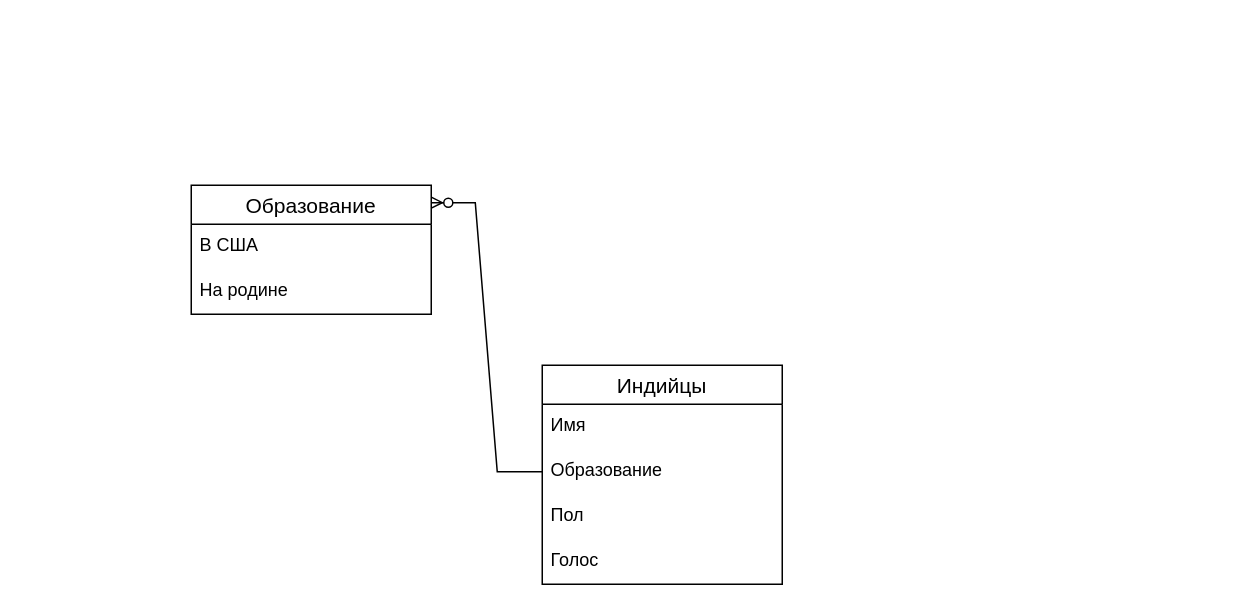
Earlier version of the draw.io diagram БД.drawio (ser535/DB-1). Source tidied: cells renumbered, new cells numbered last; positions are measured from the earlier drawing's top-left corner, leaving out a move shared by most shapes. Both pictures are drawn from the tidied source at 150%, with x=0, y=0 at pixel (190, 184).
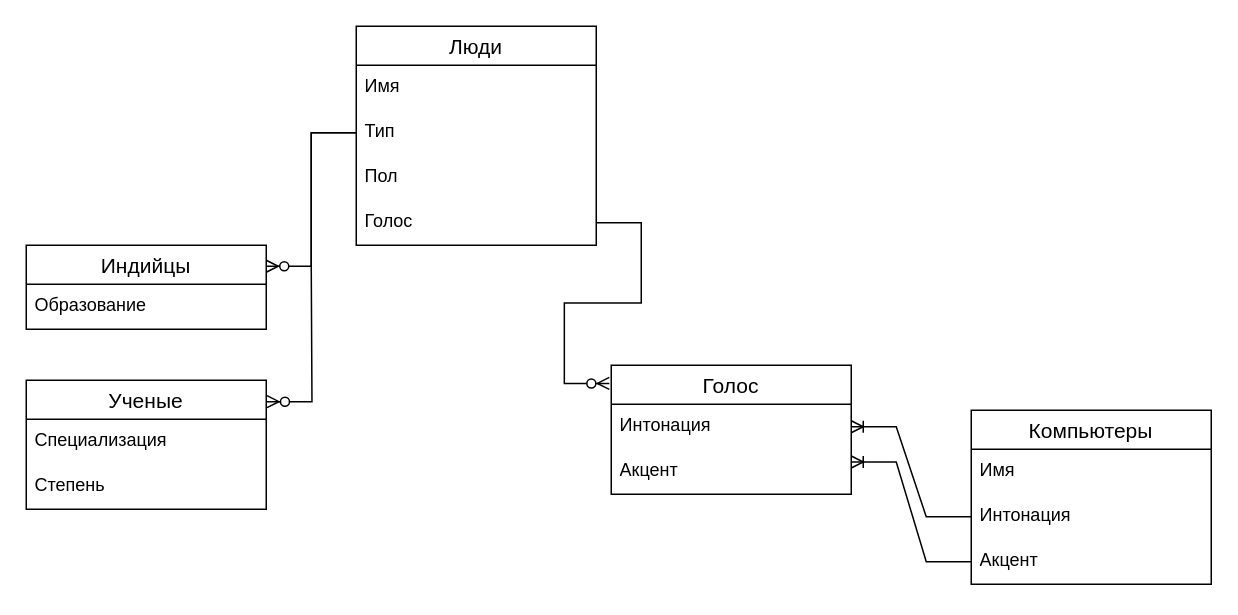
The same page after the edit.

The edit, as a diff of the source:
```diff
@@
-    <mxCell id="2" style="edgeStyle=entityRelationEdgeStyle;fontSize=12;html=1;endArrow=ERzeroToMany;endFill=1;rounded=0;entryX=0.996;entryY=0.135;entryDx=0;entryDy=0;entryPerimeter=0;exitX=0;exitY=0.5;exitDx=0;exitDy=0;" parent="1" edge="1" source="9" target="3">
-      <mxGeometry relative="1" as="geometry" />
-    </mxCell>
-    <mxCell id="3" value="Образование" style="swimlane;fontStyle=0;horizontal=1;startSize=26;align=center;fontSize=14;" parent="1" vertex="1">
-      <mxGeometry width="160" height="86" as="geometry" />
-    </mxCell>
-    <mxCell id="4" value="В США" style="text;strokeColor=none;fillColor=none;spacingLeft=4;spacingRight=4;overflow=hidden;fontSize=12;whiteSpace=wrap;html=1;" parent="3" vertex="1">
-      <mxGeometry y="26" width="160" height="30" as="geometry" />
-    </mxCell>
-    <mxCell id="5" value="На родине" style="text;strokeColor=none;fillColor=none;spacingLeft=4;spacingRight=4;overflow=hidden;fontSize=12;whiteSpace=wrap;html=1;" parent="3" vertex="1">
-      <mxGeometry y="56" width="160" height="30" as="geometry" />
-    </mxCell>
-    <mxCell id="6" style="group;" parent="1" vertex="1">
-      <mxGeometry x="234" y="120" width="176" height="146" as="geometry" />
-    </mxCell>
-    <mxCell id="7" value="Индийцы" style="swimlane;fontStyle=0;horizontal=1;startSize=26;align=center;fontSize=14;" parent="6" vertex="1">
-      <mxGeometry width="160" height="146" as="geometry" />
-    </mxCell>
-    <mxCell id="8" value="Имя" style="text;strokeColor=none;fillColor=none;spacingLeft=4;spacingRight=4;overflow=hidden;fontSize=12;whiteSpace=wrap;html=1;" parent="7" vertex="1">
-      <mxGeometry y="26" width="160" height="30" as="geometry" />
-    </mxCell>
-    <mxCell id="9" value="Образование" style="text;strokeColor=none;fillColor=none;spacingLeft=4;spacingRight=4;overflow=hidden;points=[[0,0.5],[1,0.5]];portConstraint=eastwest;fontSize=12;whiteSpace=wrap;html=1;" parent="7" vertex="1">
-      <mxGeometry y="56" width="160" height="30" as="geometry" />
-    </mxCell>
+    <mxCell id="12" value="Люди" style="swimlane;fontStyle=0;horizontal=1;startSize=26;align=center;fontSize=14;" parent="1" vertex="1">
+      <mxGeometry x="110" y="-106" width="160" height="146" as="geometry" />
+    </mxCell>
+    <mxCell id="13" value="Имя" style="text;strokeColor=none;fillColor=none;spacingLeft=4;spacingRight=4;overflow=hidden;fontSize=12;whiteSpace=wrap;html=1;" parent="12" vertex="1">
+      <mxGeometry y="26" width="160" height="30" as="geometry" />
+    </mxCell>
+    <mxCell id="14" value="Тип" style="text;strokeColor=none;fillColor=none;spacingLeft=4;spacingRight=4;overflow=hidden;points=[[0,0.5],[1,0.5]];portConstraint=eastwest;fontSize=12;whiteSpace=wrap;html=1;" parent="12" vertex="1">
+      <mxGeometry y="56" width="160" height="30" as="geometry" />
+    </mxCell>
-    <mxCell id="10" value="Пол" style="text;strokeColor=none;fillColor=none;spacingLeft=4;spacingRight=4;overflow=hidden;fontSize=12;whiteSpace=wrap;html=1;" parent="7" vertex="1">
+    <mxCell id="10" value="Пол" style="text;strokeColor=none;fillColor=none;spacingLeft=4;spacingRight=4;overflow=hidden;fontSize=12;whiteSpace=wrap;html=1;" parent="12" vertex="1">
       <mxGeometry y="86" width="160" height="30" as="geometry" />
     </mxCell>
-    <mxCell id="11" value="Голос" style="text;strokeColor=none;fillColor=none;spacingLeft=4;spacingRight=4;overflow=hidden;points=[[0,0.5],[1,0.5]];portConstraint=eastwest;fontSize=12;whiteSpace=wrap;html=1;" parent="7" vertex="1">
+    <mxCell id="11" value="Голос" style="text;strokeColor=none;fillColor=none;spacingLeft=4;spacingRight=4;overflow=hidden;points=[[0,0.5],[1,0.5]];portConstraint=eastwest;fontSize=12;whiteSpace=wrap;html=1;" parent="12" vertex="1">
       <mxGeometry y="116" width="160" height="30" as="geometry" />
     </mxCell>
+    <mxCell id="15" value="Компьютеры" style="swimlane;fontStyle=0;horizontal=1;startSize=26;align=center;fontSize=14;" parent="1" vertex="1">
+      <mxGeometry x="520" y="150" width="160" height="116" as="geometry" />
+    </mxCell>
+    <mxCell id="16" value="Имя" style="text;strokeColor=none;fillColor=none;spacingLeft=4;spacingRight=4;overflow=hidden;fontSize=12;whiteSpace=wrap;html=1;" parent="15" vertex="1">
+      <mxGeometry y="26" width="160" height="30" as="geometry" />
+    </mxCell>
+    <mxCell id="17" value="Интонация" style="text;strokeColor=none;fillColor=none;spacingLeft=4;spacingRight=4;overflow=hidden;points=[[0,0.5],[1,0.5]];portConstraint=eastwest;fontSize=12;whiteSpace=wrap;html=1;" parent="15" vertex="1">
+      <mxGeometry y="56" width="160" height="30" as="geometry" />
+    </mxCell>
+    <mxCell id="18" value="Акцент" style="text;strokeColor=none;fillColor=none;spacingLeft=4;spacingRight=4;overflow=hidden;points=[[0,0.5],[1,0.5]];portConstraint=eastwest;fontSize=12;whiteSpace=wrap;html=1;" parent="15" vertex="1">
+      <mxGeometry y="86" width="160" height="30" as="geometry" />
+    </mxCell>
+    <mxCell id="19" value="Голос" style="swimlane;fontStyle=0;horizontal=1;startSize=26;align=center;fontSize=14;" parent="1" vertex="1">
+      <mxGeometry x="280" y="120" width="160" height="86" as="geometry" />
+    </mxCell>
+    <mxCell id="20" value="Интонация" style="text;strokeColor=none;fillColor=none;spacingLeft=4;spacingRight=4;overflow=hidden;points=[[0,0.5],[1,0.5]];portConstraint=eastwest;fontSize=12;whiteSpace=wrap;html=1;" parent="19" vertex="1">
+      <mxGeometry y="26" width="160" height="30" as="geometry" />
+    </mxCell>
+    <mxCell id="21" value="Акцент" style="text;strokeColor=none;fillColor=none;spacingLeft=4;spacingRight=4;overflow=hidden;fontSize=12;whiteSpace=wrap;html=1;" parent="19" vertex="1">
+      <mxGeometry y="56" width="160" height="30" as="geometry" />
+    </mxCell>
+    <mxCell id="7" value="Индийцы" style="swimlane;fontStyle=0;horizontal=1;startSize=26;align=center;fontSize=14;" parent="1" vertex="1">
+      <mxGeometry x="-110" y="40" width="160" height="56" as="geometry" />
+    </mxCell>
+    <mxCell id="9" value="Образование" style="text;strokeColor=none;fillColor=none;spacingLeft=4;spacingRight=4;overflow=hidden;points=[[0,0.5],[1,0.5]];portConstraint=eastwest;fontSize=12;whiteSpace=wrap;html=1;" parent="7" vertex="1">
+      <mxGeometry y="26" width="160" height="30" as="geometry" />
+    </mxCell>
+    <mxCell id="22" style="edgeStyle=entityRelationEdgeStyle;fontSize=12;html=1;endArrow=ERoneToMany;rounded=0;exitX=0;exitY=0.5;exitDx=0;exitDy=0;entryX=1;entryY=0.5;entryDx=0;entryDy=0;" parent="1" edge="1" source="17" target="20">
+      <mxGeometry relative="1" as="geometry" />
+    </mxCell>
+    <mxCell id="23" style="edgeStyle=entityRelationEdgeStyle;fontSize=12;html=1;endArrow=ERoneToMany;rounded=0;exitX=0;exitY=0.5;exitDx=0;exitDy=0;entryX=1;entryY=0.75;entryDx=0;entryDy=0;" parent="1" edge="1" source="18" target="19">
+      <mxGeometry relative="1" as="geometry" />
+    </mxCell>
+    <mxCell id="24" value="Ученые" style="swimlane;fontStyle=0;horizontal=1;startSize=26;align=center;fontSize=14;" parent="1" vertex="1">
+      <mxGeometry x="-110" y="130" width="160" height="86" as="geometry" />
+    </mxCell>
+    <mxCell id="25" value="Специализация" style="text;strokeColor=none;fillColor=none;spacingLeft=4;spacingRight=4;overflow=hidden;fontSize=12;whiteSpace=wrap;html=1;" parent="24" vertex="1">
+      <mxGeometry y="26" width="160" height="30" as="geometry" />
+    </mxCell>
+    <mxCell id="26" value="Степень" style="text;strokeColor=none;fillColor=none;spacingLeft=4;spacingRight=4;overflow=hidden;fontSize=12;whiteSpace=wrap;html=1;" parent="24" vertex="1">
+      <mxGeometry y="56" width="160" height="30" as="geometry" />
+    </mxCell>
+    <mxCell id="27" style="edgeStyle=entityRelationEdgeStyle;fontSize=12;html=1;endArrow=ERzeroToMany;endFill=1;rounded=0;entryX=1;entryY=0.25;entryDx=0;entryDy=0;exitX=0;exitY=0.5;exitDx=0;exitDy=0;" parent="1" edge="1" source="14" target="7">
+      <mxGeometry relative="1" as="geometry" />
+    </mxCell>
+    <mxCell id="28" style="edgeStyle=entityRelationEdgeStyle;fontSize=12;html=1;endArrow=ERzeroToMany;endFill=1;rounded=0;entryX=1.003;entryY=0.166;entryDx=0;entryDy=0;exitX=0;exitY=0.5;exitDx=0;exitDy=0;entryPerimeter=0;" parent="1" edge="1" source="14" target="24">
+      <mxGeometry relative="1" as="geometry" />
+    </mxCell>
+    <mxCell id="29" style="edgeStyle=entityRelationEdgeStyle;fontSize=12;html=1;endArrow=ERzeroToMany;endFill=1;rounded=0;exitX=1;exitY=0.5;exitDx=0;exitDy=0;entryX=-0.008;entryY=0.141;entryDx=0;entryDy=0;entryPerimeter=0;" parent="1" edge="1" source="11" target="19">
+      <mxGeometry relative="1" as="geometry">
+        <Array as="points">
+          <mxPoint x="240" y="120" />
+        </Array>
+      </mxGeometry>
+    </mxCell>
```
